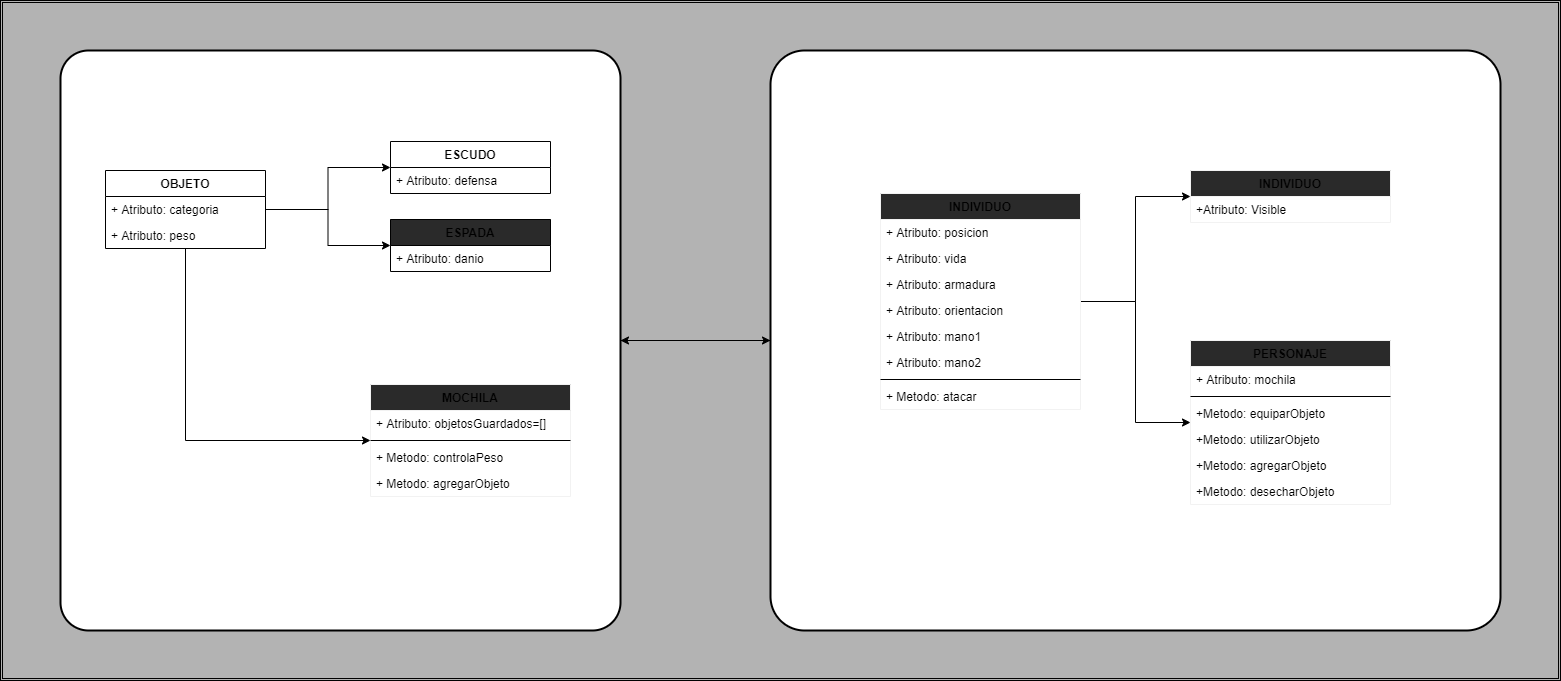
Above: picture/presentacion/tp_algo1.drawio.png in algo1unsam/2021s1-tp-grupal-juego-recursa3 (draw.io), before the change. Source tidied: cells renumbered, new cells last; positions are measured from the earlier drawing's top-left corner, leaving out a move shared by most shapes. The source it was exported from:
```xml
<mxGraphModel>
  <root>
    <mxCell id="0" />
    <mxCell id="1" parent="0" />
    <mxCell id="2" style="shape=ext;double=1;rounded=0;whiteSpace=wrap;html=1;fillColor=#B3B3B3;" parent="1" vertex="1">
      <mxGeometry width="1560" height="680" as="geometry" />
    </mxCell>
    <mxCell id="3" style="edgeStyle=orthogonalEdgeStyle;rounded=0;jettySize=auto;html=1;" parent="1" edge="1" source="4" target="6">
      <mxGeometry relative="1" as="geometry" />
    </mxCell>
    <mxCell id="4" style="rounded=1;whiteSpace=wrap;html=1;absoluteArcSize=1;arcSize=68;strokeWidth=2;" parent="1" vertex="1">
      <mxGeometry x="770" y="50" width="730" height="580" as="geometry" />
    </mxCell>
    <mxCell id="5" style="edgeStyle=orthogonalEdgeStyle;rounded=0;jettySize=auto;html=1;strokeColor=#000000;" parent="1" edge="1" source="6" target="4">
      <mxGeometry relative="1" as="geometry" />
    </mxCell>
    <mxCell id="6" style="rounded=1;whiteSpace=wrap;html=1;absoluteArcSize=1;arcSize=56;strokeWidth=2;" parent="1" vertex="1">
      <mxGeometry x="60" y="50" width="560" height="580" as="geometry" />
    </mxCell>
    <mxCell id="7" style="edgeStyle=orthogonalEdgeStyle;rounded=0;jettySize=auto;html=1;entryX=0;entryY=0.5;entryDx=0;entryDy=0;" parent="1" edge="1" source="10" target="13">
      <mxGeometry relative="1" as="geometry" />
    </mxCell>
    <mxCell id="8" style="edgeStyle=orthogonalEdgeStyle;rounded=0;jettySize=auto;html=1;" parent="1" edge="1" source="10" target="15">
      <mxGeometry relative="1" as="geometry" />
    </mxCell>
    <mxCell id="9" style="edgeStyle=orthogonalEdgeStyle;rounded=0;jettySize=auto;html=1;" parent="1" edge="1" source="10" target="17">
      <mxGeometry relative="1" as="geometry">
        <Array as="points">
          <mxPoint x="185" y="440" />
        </Array>
      </mxGeometry>
    </mxCell>
    <mxCell id="10" value="OBJETO" style="swimlane;fontStyle=1;align=center;verticalAlign=top;horizontal=1;startSize=26;" parent="1" vertex="1">
      <mxGeometry x="105" y="170" width="160" height="78" as="geometry" />
    </mxCell>
    <mxCell id="11" value="+ Atributo: categoria" style="text;strokeColor=none;fillColor=none;align=left;verticalAlign=top;spacingLeft=4;spacingRight=4;overflow=hidden;" parent="10" vertex="1">
      <mxGeometry y="26" width="160" height="26" as="geometry" />
    </mxCell>
    <mxCell id="12" value="+ Atributo: peso" style="text;strokeColor=none;fillColor=none;align=left;verticalAlign=top;spacingLeft=4;spacingRight=4;overflow=hidden;" parent="10" vertex="1">
      <mxGeometry y="52" width="160" height="26" as="geometry" />
    </mxCell>
    <mxCell id="13" value="ESCUDO" style="swimlane;fontStyle=1;align=center;verticalAlign=top;horizontal=1;startSize=26;" parent="1" vertex="1">
      <mxGeometry x="390" y="141" width="160" height="52" as="geometry" />
    </mxCell>
    <mxCell id="14" value="+ Atributo: defensa" style="text;strokeColor=none;fillColor=none;align=left;verticalAlign=top;spacingLeft=4;spacingRight=4;overflow=hidden;" parent="13" vertex="1">
      <mxGeometry y="26" width="160" height="26" as="geometry" />
    </mxCell>
    <mxCell id="15" value="ESPADA" style="swimlane;fontStyle=1;align=center;verticalAlign=top;horizontal=1;startSize=26;fillColor=#2A2A2A;" parent="1" vertex="1">
      <mxGeometry x="390" y="219" width="160" height="52" as="geometry" />
    </mxCell>
    <mxCell id="16" value="+ Atributo: danio" style="text;strokeColor=none;fillColor=none;align=left;verticalAlign=top;spacingLeft=4;spacingRight=4;overflow=hidden;" parent="15" vertex="1">
      <mxGeometry y="26" width="160" height="26" as="geometry" />
    </mxCell>
    <mxCell id="17" value="MOCHILA" style="swimlane;fontStyle=1;align=center;verticalAlign=top;horizontal=1;startSize=26;strokeColor=#F2F2F2;fillColor=#2A2A2A;gradientColor=none;" parent="1" vertex="1">
      <mxGeometry x="370" y="384" width="200" height="112" as="geometry" />
    </mxCell>
    <mxCell id="18" value="+ Atributo: objetosGuardados=[]" style="text;strokeColor=none;fillColor=none;align=left;verticalAlign=top;spacingLeft=4;spacingRight=4;overflow=hidden;" parent="17" vertex="1">
      <mxGeometry y="26" width="200" height="26" as="geometry" />
    </mxCell>
    <mxCell id="19" style="line;strokeWidth=1;fillColor=none;align=left;verticalAlign=middle;spacingTop=-1;spacingLeft=3;spacingRight=3;labelPosition=right;" parent="17" vertex="1">
      <mxGeometry y="52" width="200" height="8" as="geometry" />
    </mxCell>
    <mxCell id="20" value="+ Metodo: controlaPeso" style="text;strokeColor=none;fillColor=none;align=left;verticalAlign=top;spacingLeft=4;spacingRight=4;overflow=hidden;" parent="17" vertex="1">
      <mxGeometry y="60" width="200" height="26" as="geometry" />
    </mxCell>
    <mxCell id="21" value="+ Metodo: agregarObjeto" style="text;strokeColor=none;fillColor=none;align=left;verticalAlign=top;spacingLeft=4;spacingRight=4;overflow=hidden;" parent="17" vertex="1">
      <mxGeometry y="86" width="200" height="26" as="geometry" />
    </mxCell>
    <mxCell id="22" style="edgeStyle=orthogonalEdgeStyle;rounded=0;jettySize=auto;html=1;" parent="1" edge="1" source="24" target="33">
      <mxGeometry relative="1" as="geometry" />
    </mxCell>
    <mxCell id="23" style="edgeStyle=orthogonalEdgeStyle;rounded=0;jettySize=auto;html=1;" parent="1" edge="1" source="24" target="35">
      <mxGeometry relative="1" as="geometry" />
    </mxCell>
    <mxCell id="24" value="INDIVIDUO" style="swimlane;fontStyle=1;align=center;verticalAlign=top;horizontal=1;startSize=26;strokeColor=#F2F2F2;fillColor=#2A2A2A;gradientColor=none;" parent="1" vertex="1">
      <mxGeometry x="880" y="193" width="200" height="216" as="geometry" />
    </mxCell>
    <mxCell id="25" value="+ Atributo: posicion" style="text;strokeColor=none;fillColor=none;align=left;verticalAlign=top;spacingLeft=4;spacingRight=4;overflow=hidden;" parent="24" vertex="1">
      <mxGeometry y="26" width="200" height="26" as="geometry" />
    </mxCell>
    <mxCell id="26" value="+ Atributo: vida" style="text;strokeColor=none;fillColor=none;align=left;verticalAlign=top;spacingLeft=4;spacingRight=4;overflow=hidden;" parent="24" vertex="1">
      <mxGeometry y="52" width="200" height="26" as="geometry" />
    </mxCell>
    <mxCell id="27" value="+ Atributo: armadura" style="text;strokeColor=none;fillColor=none;align=left;verticalAlign=top;spacingLeft=4;spacingRight=4;overflow=hidden;" parent="24" vertex="1">
      <mxGeometry y="78" width="200" height="26" as="geometry" />
    </mxCell>
    <mxCell id="28" value="+ Atributo: orientacion" style="text;strokeColor=none;fillColor=none;align=left;verticalAlign=top;spacingLeft=4;spacingRight=4;overflow=hidden;" parent="24" vertex="1">
      <mxGeometry y="104" width="200" height="26" as="geometry" />
    </mxCell>
    <mxCell id="29" value="+ Atributo: mano1" style="text;strokeColor=none;fillColor=none;align=left;verticalAlign=top;spacingLeft=4;spacingRight=4;overflow=hidden;" parent="24" vertex="1">
      <mxGeometry y="130" width="200" height="26" as="geometry" />
    </mxCell>
    <mxCell id="30" value="+ Atributo: mano2" style="text;strokeColor=none;fillColor=none;align=left;verticalAlign=top;spacingLeft=4;spacingRight=4;overflow=hidden;" parent="24" vertex="1">
      <mxGeometry y="156" width="200" height="26" as="geometry" />
    </mxCell>
    <mxCell id="31" style="line;strokeWidth=1;fillColor=none;align=left;verticalAlign=middle;spacingTop=-1;spacingLeft=3;spacingRight=3;labelPosition=right;" parent="24" vertex="1">
      <mxGeometry y="182" width="200" height="8" as="geometry" />
    </mxCell>
    <mxCell id="32" value="+ Metodo: atacar" style="text;strokeColor=none;fillColor=none;align=left;verticalAlign=top;spacingLeft=4;spacingRight=4;overflow=hidden;" parent="24" vertex="1">
      <mxGeometry y="190" width="200" height="26" as="geometry" />
    </mxCell>
    <mxCell id="33" value="INDIVIDUO" style="swimlane;fontStyle=1;align=center;verticalAlign=top;horizontal=1;startSize=26;strokeColor=#F2F2F2;fillColor=#2A2A2A;gradientColor=none;" parent="1" vertex="1">
      <mxGeometry x="1190" y="170" width="200" height="52" as="geometry" />
    </mxCell>
    <mxCell id="34" value="+Atributo: Visible" style="text;strokeColor=none;fillColor=none;align=left;verticalAlign=top;spacingLeft=4;spacingRight=4;overflow=hidden;" parent="33" vertex="1">
      <mxGeometry y="26" width="200" height="26" as="geometry" />
    </mxCell>
    <mxCell id="35" value="PERSONAJE" style="swimlane;fontStyle=1;align=center;verticalAlign=top;horizontal=1;startSize=26;strokeColor=#F2F2F2;fillColor=#2A2A2A;gradientColor=none;" parent="1" vertex="1">
      <mxGeometry x="1190" y="340" width="200" height="164" as="geometry" />
    </mxCell>
    <mxCell id="36" value="+ Atributo: mochila" style="text;strokeColor=none;fillColor=none;align=left;verticalAlign=top;spacingLeft=4;spacingRight=4;overflow=hidden;" parent="35" vertex="1">
      <mxGeometry y="26" width="200" height="26" as="geometry" />
    </mxCell>
    <mxCell id="37" style="line;strokeWidth=1;fillColor=none;align=left;verticalAlign=middle;spacingTop=-1;spacingLeft=3;spacingRight=3;labelPosition=right;" parent="35" vertex="1">
      <mxGeometry y="52" width="200" height="8" as="geometry" />
    </mxCell>
    <mxCell id="38" value="+Metodo: equiparObjeto" style="text;strokeColor=none;fillColor=none;align=left;verticalAlign=top;spacingLeft=4;spacingRight=4;overflow=hidden;" parent="35" vertex="1">
      <mxGeometry y="60" width="200" height="26" as="geometry" />
    </mxCell>
    <mxCell id="39" value="+Metodo: utilizarObjeto" style="text;strokeColor=none;fillColor=none;align=left;verticalAlign=top;spacingLeft=4;spacingRight=4;overflow=hidden;" parent="35" vertex="1">
      <mxGeometry y="86" width="200" height="26" as="geometry" />
    </mxCell>
    <mxCell id="40" value="+Metodo: agregarObjeto" style="text;strokeColor=none;fillColor=none;align=left;verticalAlign=top;spacingLeft=4;spacingRight=4;overflow=hidden;" parent="35" vertex="1">
      <mxGeometry y="112" width="200" height="26" as="geometry" />
    </mxCell>
    <mxCell id="41" value="+Metodo: desecharObjeto" style="text;strokeColor=none;fillColor=none;align=left;verticalAlign=top;spacingLeft=4;spacingRight=4;overflow=hidden;" parent="35" vertex="1">
      <mxGeometry y="138" width="200" height="26" as="geometry" />
    </mxCell>
  </root>
</mxGraphModel>
```
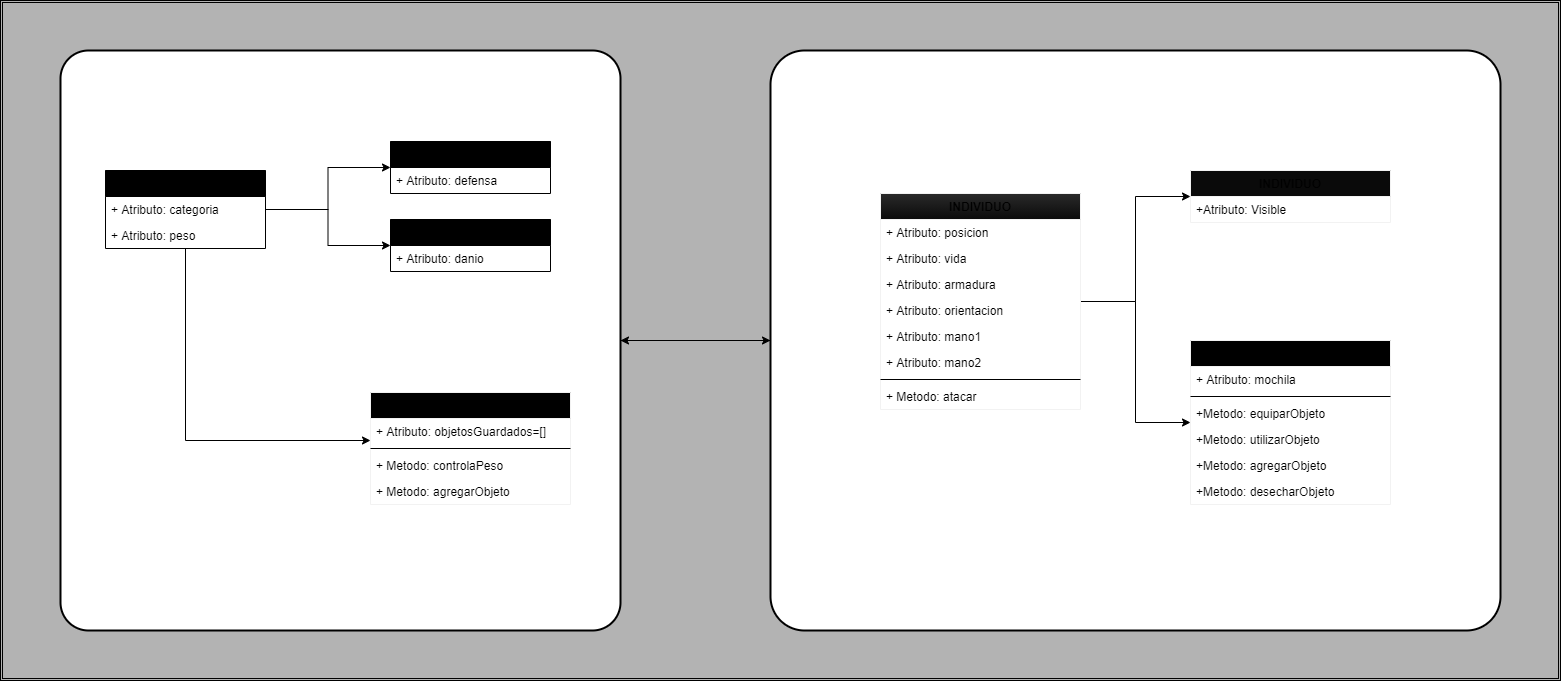
The same file after the commit.

Commit message:
se modifica grafico

The edit, as a diff of the source:
```diff
@@ -30,7 +30,7 @@
         </Array>
       </mxGeometry>
     </mxCell>
-    <mxCell id="10" value="OBJETO" style="swimlane;fontStyle=1;align=center;verticalAlign=top;horizontal=1;startSize=26;" parent="1" vertex="1">
+    <mxCell id="10" value="OBJETO" style="swimlane;fontStyle=1;align=center;verticalAlign=top;horizontal=1;startSize=26;fillColor=#000000;" parent="1" vertex="1">
       <mxGeometry x="105" y="170" width="160" height="78" as="geometry" />
     </mxCell>
     <mxCell id="11" value="+ Atributo: categoria" style="text;strokeColor=none;fillColor=none;align=left;verticalAlign=top;spacingLeft=4;spacingRight=4;overflow=hidden;" parent="10" vertex="1">
@@ -39,20 +39,20 @@
     <mxCell id="12" value="+ Atributo: peso" style="text;strokeColor=none;fillColor=none;align=left;verticalAlign=top;spacingLeft=4;spacingRight=4;overflow=hidden;" parent="10" vertex="1">
       <mxGeometry y="52" width="160" height="26" as="geometry" />
     </mxCell>
-    <mxCell id="13" value="ESCUDO" style="swimlane;fontStyle=1;align=center;verticalAlign=top;horizontal=1;startSize=26;" parent="1" vertex="1">
+    <mxCell id="13" value="ESCUDO" style="swimlane;fontStyle=1;align=center;verticalAlign=top;horizontal=1;startSize=26;fillColor=#000000;" parent="1" vertex="1">
       <mxGeometry x="390" y="141" width="160" height="52" as="geometry" />
     </mxCell>
     <mxCell id="14" value="+ Atributo: defensa" style="text;strokeColor=none;fillColor=none;align=left;verticalAlign=top;spacingLeft=4;spacingRight=4;overflow=hidden;" parent="13" vertex="1">
       <mxGeometry y="26" width="160" height="26" as="geometry" />
     </mxCell>
-    <mxCell id="15" value="ESPADA" style="swimlane;fontStyle=1;align=center;verticalAlign=top;horizontal=1;startSize=26;fillColor=#2A2A2A;" parent="1" vertex="1">
+    <mxCell id="15" value="ESPADA" style="swimlane;fontStyle=1;align=center;verticalAlign=top;horizontal=1;startSize=26;fillColor=#000000;" parent="1" vertex="1">
       <mxGeometry x="390" y="219" width="160" height="52" as="geometry" />
     </mxCell>
     <mxCell id="16" value="+ Atributo: danio" style="text;strokeColor=none;fillColor=none;align=left;verticalAlign=top;spacingLeft=4;spacingRight=4;overflow=hidden;" parent="15" vertex="1">
       <mxGeometry y="26" width="160" height="26" as="geometry" />
     </mxCell>
-    <mxCell id="17" value="MOCHILA" style="swimlane;fontStyle=1;align=center;verticalAlign=top;horizontal=1;startSize=26;strokeColor=#F2F2F2;fillColor=#2A2A2A;gradientColor=none;" parent="1" vertex="1">
-      <mxGeometry x="370" y="384" width="200" height="112" as="geometry" />
+    <mxCell id="17" value="MOCHILA" style="swimlane;fontStyle=1;align=center;verticalAlign=top;horizontal=1;startSize=26;strokeColor=#F2F2F2;gradientColor=none;fillColor=#000000;" parent="1" vertex="1">
+      <mxGeometry x="370" y="392" width="200" height="112" as="geometry" />
     </mxCell>
     <mxCell id="18" value="+ Atributo: objetosGuardados=[]" style="text;strokeColor=none;fillColor=none;align=left;verticalAlign=top;spacingLeft=4;spacingRight=4;overflow=hidden;" parent="17" vertex="1">
       <mxGeometry y="26" width="200" height="26" as="geometry" />
@@ -72,7 +72,7 @@
     <mxCell id="23" style="edgeStyle=orthogonalEdgeStyle;rounded=0;jettySize=auto;html=1;" parent="1" edge="1" source="24" target="35">
       <mxGeometry relative="1" as="geometry" />
     </mxCell>
-    <mxCell id="24" value="INDIVIDUO" style="swimlane;fontStyle=1;align=center;verticalAlign=top;horizontal=1;startSize=26;strokeColor=#F2F2F2;fillColor=#2A2A2A;gradientColor=none;" parent="1" vertex="1">
+    <mxCell id="24" value="INDIVIDUO" style="swimlane;fontStyle=1;align=center;verticalAlign=top;horizontal=1;startSize=26;strokeColor=#F2F2F2;fillColor=#2A2A2A;gradientColor=#0A0A0A;" parent="1" vertex="1">
       <mxGeometry x="880" y="193" width="200" height="216" as="geometry" />
     </mxCell>
     <mxCell id="25" value="+ Atributo: posicion" style="text;strokeColor=none;fillColor=none;align=left;verticalAlign=top;spacingLeft=4;spacingRight=4;overflow=hidden;" parent="24" vertex="1">
@@ -99,13 +99,13 @@
     <mxCell id="32" value="+ Metodo: atacar" style="text;strokeColor=none;fillColor=none;align=left;verticalAlign=top;spacingLeft=4;spacingRight=4;overflow=hidden;" parent="24" vertex="1">
       <mxGeometry y="190" width="200" height="26" as="geometry" />
     </mxCell>
-    <mxCell id="33" value="INDIVIDUO" style="swimlane;fontStyle=1;align=center;verticalAlign=top;horizontal=1;startSize=26;strokeColor=#F2F2F2;fillColor=#2A2A2A;gradientColor=none;" parent="1" vertex="1">
+    <mxCell id="33" value="INDIVIDUO" style="swimlane;fontStyle=1;align=center;verticalAlign=top;horizontal=1;startSize=26;strokeColor=#F2F2F2;gradientColor=none;fillColor=#0A0A0A;" parent="1" vertex="1">
       <mxGeometry x="1190" y="170" width="200" height="52" as="geometry" />
     </mxCell>
     <mxCell id="34" value="+Atributo: Visible" style="text;strokeColor=none;fillColor=none;align=left;verticalAlign=top;spacingLeft=4;spacingRight=4;overflow=hidden;" parent="33" vertex="1">
       <mxGeometry y="26" width="200" height="26" as="geometry" />
     </mxCell>
-    <mxCell id="35" value="PERSONAJE" style="swimlane;fontStyle=1;align=center;verticalAlign=top;horizontal=1;startSize=26;strokeColor=#F2F2F2;fillColor=#2A2A2A;gradientColor=none;" parent="1" vertex="1">
+    <mxCell id="35" value="PERSONAJE" style="swimlane;fontStyle=1;align=center;verticalAlign=top;horizontal=1;startSize=26;strokeColor=#F2F2F2;gradientColor=none;fillColor=#000000;" parent="1" vertex="1">
       <mxGeometry x="1190" y="340" width="200" height="164" as="geometry" />
     </mxCell>
     <mxCell id="36" value="+ Atributo: mochila" style="text;strokeColor=none;fillColor=none;align=left;verticalAlign=top;spacingLeft=4;spacingRight=4;overflow=hidden;" parent="35" vertex="1">
```
